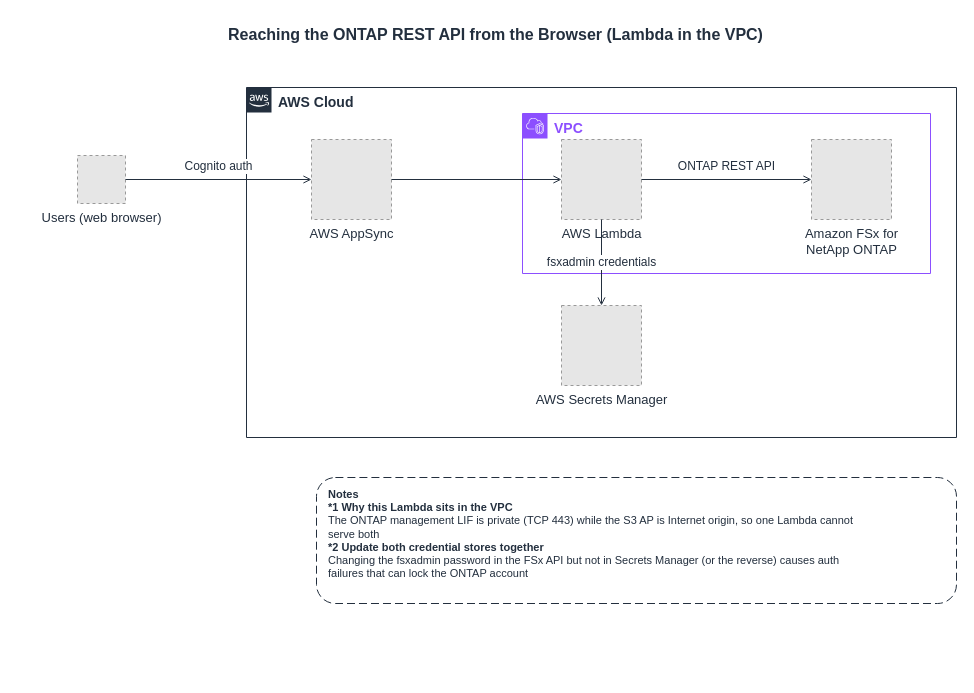
This is docs/diagrams/part2-ontap-rest-api-path-en.drawio from Yoshiki0705/FSx-for-ONTAP-S3AccessPoints-Serverless-Patterns, a draw.io file, before an edit. Source tidied: cells renumbered, new cells numbered last; positions are measured from the earlier drawing's top-left corner, leaving out a move shared by most shapes. Both pictures are drawn from the tidied source at 100%, with x=0, y=0 at pixel (33, 17). Pictures stored in the file or linked from it are replaced by grey dashed boxes.
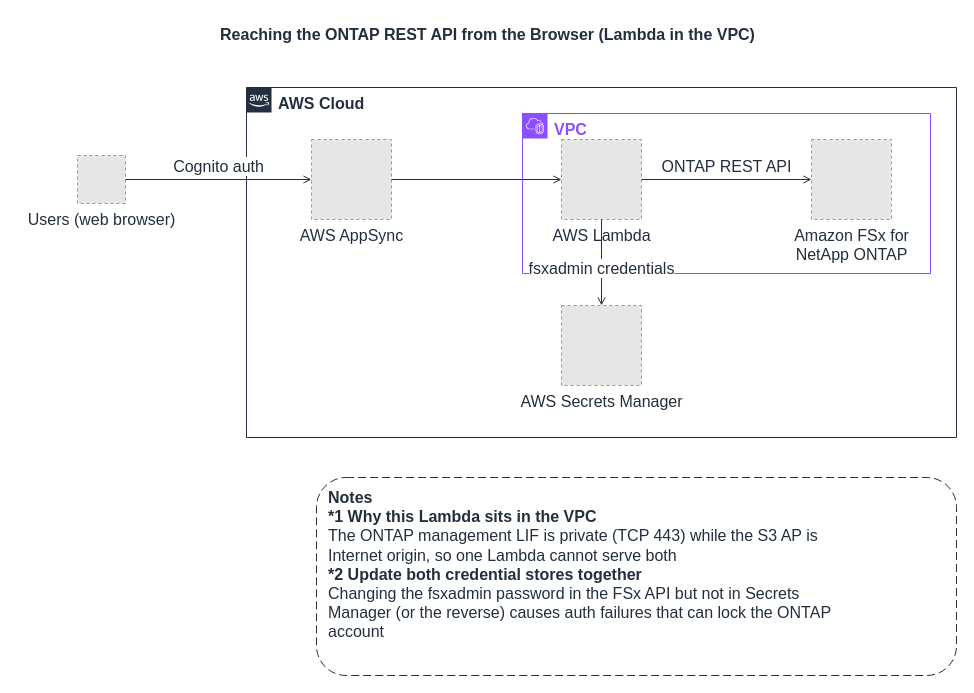
Above is the later version.

What changed in the source:
```diff
@@
 <mxGraphModel background="#FFFFFF">
   <root>
     <mxCell id="0" />
     <mxCell id="1" parent="0" />
     <mxCell id="2" value="Reaching the ONTAP REST API from the Browser (Lambda in the VPC)" style="text;html=1;align=center;verticalAlign=middle;fontSize=16;fontStyle=1;fontColor=#232F3E;" parent="1" vertex="1">
-      <mxGeometry width="923" height="34" as="geometry" />
+      <mxGeometry x="-16" width="939" height="34" as="geometry" />
     </mxCell>
-    <mxCell id="3" value="AWS Cloud" style="gradientColor=none;html=1;whiteSpace=wrap;fontSize=14;fontStyle=1;shape=mxgraph.aws4.group;grIcon=mxgraph.aws4.group_aws_cloud_alt;strokeColor=#232F3E;fillColor=none;verticalAlign=top;align=left;spacingLeft=30;fontColor=#232F3E;dashed=0;" parent="1" vertex="1">
+    <mxCell id="3" value="AWS Cloud" style="gradientColor=none;html=1;whiteSpace=wrap;fontSize=16;fontStyle=1;shape=mxgraph.aws4.group;grIcon=mxgraph.aws4.group_aws_cloud_alt;strokeColor=#232F3E;fillColor=none;verticalAlign=top;align=left;spacingLeft=30;fontColor=#232F3E;dashed=0;" parent="1" vertex="1">
       <mxGeometry x="213" y="70" width="710" height="350" as="geometry" />
     </mxCell>
-    <mxCell id="4" value="VPC" style="gradientColor=none;html=1;whiteSpace=wrap;fontSize=14;fontStyle=1;shape=mxgraph.aws4.group;grIcon=mxgraph.aws4.group_vpc2;strokeColor=#8C4FFF;fillColor=none;verticalAlign=top;align=left;spacingLeft=30;fontColor=#8C4FFF;dashed=0;" parent="1" vertex="1">
+    <mxCell id="4" value="VPC" style="gradientColor=none;html=1;whiteSpace=wrap;fontSize=16;fontStyle=1;shape=mxgraph.aws4.group;grIcon=mxgraph.aws4.group_vpc2;strokeColor=#8C4FFF;fillColor=none;verticalAlign=top;align=left;spacingLeft=30;fontColor=#8C4FFF;dashed=0;" parent="1" vertex="1">
       <mxGeometry x="489" y="96" width="408" height="160" as="geometry" />
     </mxCell>
-    <mxCell id="5" value="Users (web browser)" style="fillColor=#E6E6E6;strokeColor=#999999;dashed=1;html=1;verticalLabelPosition=bottom;verticalAlign=top;labelPosition=center;align=center;fontSize=13;fontColor=#232F3E;" parent="1" vertex="1">
+    <mxCell id="5" value="Users (web browser)" style="fillColor=#E6E6E6;strokeColor=#999999;dashed=1;html=1;verticalLabelPosition=bottom;verticalAlign=top;labelPosition=center;align=center;fontSize=16;fontColor=#232F3E;" parent="1" vertex="1">
       <mxGeometry x="44" y="138" width="48" height="48" as="geometry" />
     </mxCell>
-    <mxCell id="6" value="AWS AppSync" style="fillColor=#E6E6E6;strokeColor=#999999;dashed=1;html=1;verticalLabelPosition=bottom;verticalAlign=top;labelPosition=center;align=center;fontSize=13;fontColor=#232F3E;" parent="1" vertex="1">
+    <mxCell id="6" value="AWS AppSync" style="fillColor=#E6E6E6;strokeColor=#999999;dashed=1;html=1;verticalLabelPosition=bottom;verticalAlign=top;labelPosition=center;align=center;fontSize=16;fontColor=#232F3E;" parent="1" vertex="1">
       <mxGeometry x="278" y="122" width="80" height="80" as="geometry" />
     </mxCell>
-    <mxCell id="7" value="AWS Lambda" style="fillColor=#E6E6E6;strokeColor=#999999;dashed=1;html=1;verticalLabelPosition=bottom;verticalAlign=top;labelPosition=center;align=center;fontSize=13;fontColor=#232F3E;" parent="1" vertex="1">
+    <mxCell id="7" value="AWS Lambda" style="fillColor=#E6E6E6;strokeColor=#999999;dashed=1;html=1;verticalLabelPosition=bottom;verticalAlign=top;labelPosition=center;align=center;fontSize=16;fontColor=#232F3E;" parent="1" vertex="1">
       <mxGeometry x="528" y="122" width="80" height="80" as="geometry" />
     </mxCell>
-    <mxCell id="8" value="AWS Secrets Manager" style="fillColor=#E6E6E6;strokeColor=#999999;dashed=1;html=1;verticalLabelPosition=bottom;verticalAlign=top;labelPosition=center;align=center;fontSize=13;fontColor=#232F3E;" parent="1" vertex="1">
+    <mxCell id="8" value="AWS Secrets Manager" style="fillColor=#E6E6E6;strokeColor=#999999;dashed=1;html=1;verticalLabelPosition=bottom;verticalAlign=top;labelPosition=center;align=center;fontSize=16;fontColor=#232F3E;" parent="1" vertex="1">
       <mxGeometry x="528" y="288" width="80" height="80" as="geometry" />
     </mxCell>
-    <mxCell id="9" value="Amazon FSx for&lt;br&gt;NetApp ONTAP" style="fillColor=#E6E6E6;strokeColor=#999999;dashed=1;html=1;verticalLabelPosition=bottom;verticalAlign=top;labelPosition=center;align=center;fontSize=13;fontColor=#232F3E;" parent="1" vertex="1">
+    <mxCell id="9" value="Amazon FSx for&lt;br&gt;NetApp ONTAP" style="fillColor=#E6E6E6;strokeColor=#999999;dashed=1;html=1;verticalLabelPosition=bottom;verticalAlign=top;labelPosition=center;align=center;fontSize=16;fontColor=#232F3E;" parent="1" vertex="1">
       <mxGeometry x="778" y="122" width="80" height="80" as="geometry" />
     </mxCell>
-    <mxCell id="10" value="Cognito auth" style="edgeStyle=orthogonalEdgeStyle;rounded=0;jettySize=auto;html=1;endArrow=open;endFill=0;strokeColor=#232F3E;strokeWidth=1;fontSize=12;fontColor=#232F3E;labelBackgroundColor=#ffffff;" parent="1" edge="1" source="5" target="6">
+    <mxCell id="10" value="Cognito auth" style="edgeStyle=orthogonalEdgeStyle;rounded=0;jettySize=auto;html=1;endArrow=open;endFill=0;strokeColor=#232F3E;strokeWidth=1;fontSize=16;fontColor=#232F3E;labelBackgroundColor=#ffffff;" parent="1" edge="1" source="5" target="6">
       <mxGeometry relative="1" as="geometry">
         <mxPoint y="-13" as="offset" />
       </mxGeometry>
     </mxCell>
-    <mxCell id="11" style="edgeStyle=orthogonalEdgeStyle;rounded=0;jettySize=auto;html=1;endArrow=open;endFill=0;strokeColor=#232F3E;strokeWidth=1;fontSize=12;fontColor=#232F3E;labelBackgroundColor=#ffffff;" parent="1" edge="1" source="6" target="7">
+    <mxCell id="11" style="edgeStyle=orthogonalEdgeStyle;rounded=0;jettySize=auto;html=1;endArrow=open;endFill=0;strokeColor=#232F3E;strokeWidth=1;fontSize=16;fontColor=#232F3E;labelBackgroundColor=#ffffff;" parent="1" edge="1" source="6" target="7">
       <mxGeometry relative="1" as="geometry" />
     </mxCell>
-    <mxCell id="12" value="fsxadmin credentials" style="edgeStyle=orthogonalEdgeStyle;rounded=0;jettySize=auto;html=1;endArrow=open;endFill=0;strokeColor=#232F3E;strokeWidth=1;fontSize=12;fontColor=#232F3E;labelBackgroundColor=#ffffff;" parent="1" edge="1" source="7" target="8">
-      <mxGeometry relative="1" as="geometry" />
+    <mxCell id="12" value="fsxadmin credentials" style="edgeStyle=orthogonalEdgeStyle;rounded=0;jettySize=auto;html=1;endArrow=open;endFill=0;strokeColor=#232F3E;strokeWidth=1;fontSize=16;fontColor=#232F3E;labelBackgroundColor=#ffffff;" parent="1" edge="1" source="7" target="8">
+      <mxGeometry relative="1" as="geometry">
+        <mxPoint y="6" as="offset" />
+      </mxGeometry>
     </mxCell>
-    <mxCell id="13" value="ONTAP REST API" style="edgeStyle=orthogonalEdgeStyle;rounded=0;jettySize=auto;html=1;endArrow=open;endFill=0;strokeColor=#232F3E;strokeWidth=1;fontSize=12;fontColor=#232F3E;labelBackgroundColor=#ffffff;" parent="1" edge="1" source="7" target="9">
+    <mxCell id="13" value="ONTAP REST API" style="edgeStyle=orthogonalEdgeStyle;rounded=0;jettySize=auto;html=1;endArrow=open;endFill=0;strokeColor=#232F3E;strokeWidth=1;fontSize=16;fontColor=#232F3E;labelBackgroundColor=#ffffff;" parent="1" edge="1" source="7" target="9">
       <mxGeometry relative="1" as="geometry">
         <mxPoint y="-13" as="offset" />
       </mxGeometry>
     </mxCell>
-    <mxCell id="14" value="&lt;b&gt;Notes&lt;/b&gt;&lt;br&gt;&lt;b&gt;*1 Why this Lambda sits in the VPC&lt;/b&gt;&lt;br&gt;The ONTAP management LIF is private (TCP 443) while the S3 AP is Internet origin, so one Lambda cannot&lt;br&gt;serve both&lt;br&gt;&lt;b&gt;*2 Update both credential stores together&lt;/b&gt;&lt;br&gt;Changing the fsxadmin password in the FSx API but not in Secrets Manager (or the reverse) causes auth&lt;br&gt;failures that can lock the ONTAP account" style="rounded=1;whiteSpace=wrap;html=1;dashed=1;dashPattern=8 4;strokeColor=#232F3E;fillColor=#FFFFFF;align=left;verticalAlign=top;spacingLeft=10;spacingTop=4;fontSize=11;fontColor=#232F3E;" parent="1" vertex="1">
-      <mxGeometry x="283" y="460" width="640" height="126" as="geometry" />
+    <mxCell id="14" value="&lt;b&gt;Notes&lt;/b&gt;&lt;br&gt;&lt;b&gt;*1 Why this Lambda sits in the VPC&lt;/b&gt;&lt;br&gt;The ONTAP management LIF is private (TCP 443) while the S3 AP is&lt;br&gt;Internet origin, so one Lambda cannot serve both&lt;br&gt;&lt;b&gt;*2 Update both credential stores together&lt;/b&gt;&lt;br&gt;Changing the fsxadmin password in the FSx API but not in Secrets&lt;br&gt;Manager (or the reverse) causes auth failures that can lock the ONTAP&lt;br&gt;account" style="rounded=1;whiteSpace=wrap;html=1;dashed=1;dashPattern=8 4;strokeColor=#232F3E;fillColor=#FFFFFF;align=left;verticalAlign=top;spacingLeft=10;spacingTop=4;fontSize=16;fontColor=#232F3E;" parent="1" vertex="1">
+      <mxGeometry x="283" y="460" width="640" height="198" as="geometry" />
     </mxCell>
   </root>
 </mxGraphModel>
```
